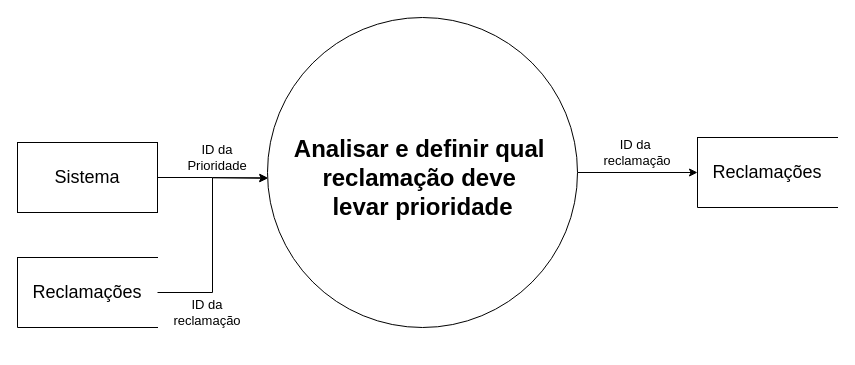
The draw.io diagram documentação/diagramas/RF006 - Analisar e definir qual relcamação deve levar prioridade - menos info.drawio in Luvisa-dev/Chatbot-Projeto-Integrado, before the edit. Source tidied: cells renumbered, new cells numbered last; positions are measured from the earlier drawing's top-left corner, leaving out a move shared by most shapes. Both pictures are drawn from the tidied source at 100%, with x=0, y=0 at pixel (17, 17).
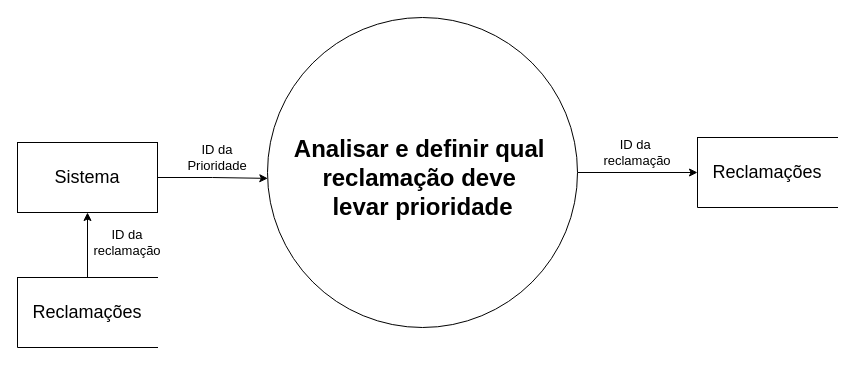
The same diagram, later.

The edit, as a diff of the source:
```diff
@@
 <mxGraphModel>
   <root>
     <mxCell id="0" />
     <mxCell id="1" parent="0" />
     <mxCell id="2" style="edgeStyle=orthogonalEdgeStyle;rounded=0;jettySize=auto;html=1;exitX=1;exitY=0.5;exitDx=0;exitDy=0;" parent="1" edge="1" source="3" target="8">
       <mxGeometry relative="1" as="geometry" />
     </mxCell>
     <mxCell id="3" style="shape=ellipse;html=1;dashed=0;whiteSpace=wrap;perimeter=ellipsePerimeter;" parent="1" vertex="1">
       <mxGeometry x="250" width="310" height="310" as="geometry" />
     </mxCell>
     <mxCell id="4" value="&lt;div class=&quot;ewa-rteLine&quot;&gt;Analisar e definir qual&amp;nbsp;&lt;/div&gt;&lt;div class=&quot;ewa-rteLine&quot;&gt;reclamação deve&amp;nbsp;&lt;/div&gt;&lt;div class=&quot;ewa-rteLine&quot;&gt;levar prioridade&lt;/div&gt;" style="text;strokeColor=none;fillColor=none;html=1;fontSize=24;fontStyle=1;verticalAlign=middle;align=center;" parent="1" vertex="1">
       <mxGeometry x="355" y="160" width="100" as="geometry" />
     </mxCell>
     <mxCell id="5" style="edgeStyle=orthogonalEdgeStyle;rounded=0;jettySize=auto;html=1;entryX=0.001;entryY=0.519;entryDx=0;entryDy=0;entryPerimeter=0;" parent="1" edge="1" source="6" target="3">
       <mxGeometry relative="1" as="geometry" />
     </mxCell>
     <mxCell id="6" value="&lt;div&gt;&lt;font style=&quot;font-size: 18px;&quot;&gt;Sistema&lt;/font&gt;&lt;/div&gt;" style="html=1;dashed=0;whiteSpace=wrap;" parent="1" vertex="1">
       <mxGeometry y="125" width="140" height="70" as="geometry" />
     </mxCell>
     <mxCell id="7" value="ID da Prioridade" style="text;html=1;align=center;verticalAlign=middle;whiteSpace=wrap;rounded=0;fontSize=13;" parent="1" vertex="1">
       <mxGeometry x="170" y="125" width="60" height="30" as="geometry" />
     </mxCell>
     <mxCell id="8" value="&lt;div&gt;&lt;font style=&quot;font-size: 18px;&quot;&gt;Reclamações&lt;/font&gt;&lt;/div&gt;" style="html=1;dashed=0;whiteSpace=wrap;shape=partialRectangle;right=0;" parent="1" vertex="1">
       <mxGeometry x="680" y="120" width="140" height="70" as="geometry" />
     </mxCell>
     <mxCell id="9" value="&lt;div align=&quot;center&quot;&gt;&lt;br&gt;&lt;div&gt;&lt;font style=&quot;font-size: 13px;&quot;&gt;ID da&amp;nbsp;&lt;/font&gt;&lt;/div&gt;&lt;div&gt;&lt;font style=&quot;font-size: 13px;&quot;&gt;reclamação&lt;/font&gt;&lt;/div&gt;&lt;/div&gt;" style="text;whiteSpace=wrap;html=1;fontSize=11;align=center;" parent="1" vertex="1">
       <mxGeometry x="560" y="100" width="120" height="40" as="geometry" />
     </mxCell>
     <mxCell id="10" value="ID da reclamação" style="text;html=1;align=center;verticalAlign=middle;whiteSpace=wrap;rounded=0;fontSize=13;" parent="1" vertex="1">
-      <mxGeometry x="160" y="280" width="60" height="30" as="geometry" />
+      <mxGeometry x="80" y="210" width="60" height="30" as="geometry" />
     </mxCell>
+    <mxCell id="13" style="edgeStyle=orthogonalEdgeStyle;rounded=0;jettySize=auto;html=1;" parent="1" edge="1" source="11" target="6">
+      <mxGeometry relative="1" as="geometry" />
+    </mxCell>
     <mxCell id="11" value="&lt;div&gt;&lt;font style=&quot;font-size: 18px;&quot;&gt;Reclamações&lt;/font&gt;&lt;/div&gt;" style="html=1;dashed=0;whiteSpace=wrap;shape=partialRectangle;right=0;" parent="1" vertex="1">
-      <mxGeometry y="240" width="140" height="70" as="geometry" />
+      <mxGeometry y="260" width="140" height="70" as="geometry" />
     </mxCell>
-    <mxCell id="12" style="edgeStyle=orthogonalEdgeStyle;rounded=0;jettySize=auto;html=1;entryX=0.001;entryY=0.517;entryDx=0;entryDy=0;entryPerimeter=0;" parent="1" edge="1" source="11" target="3">
-      <mxGeometry relative="1" as="geometry" />
-    </mxCell>
   </root>
 </mxGraphModel>
```
